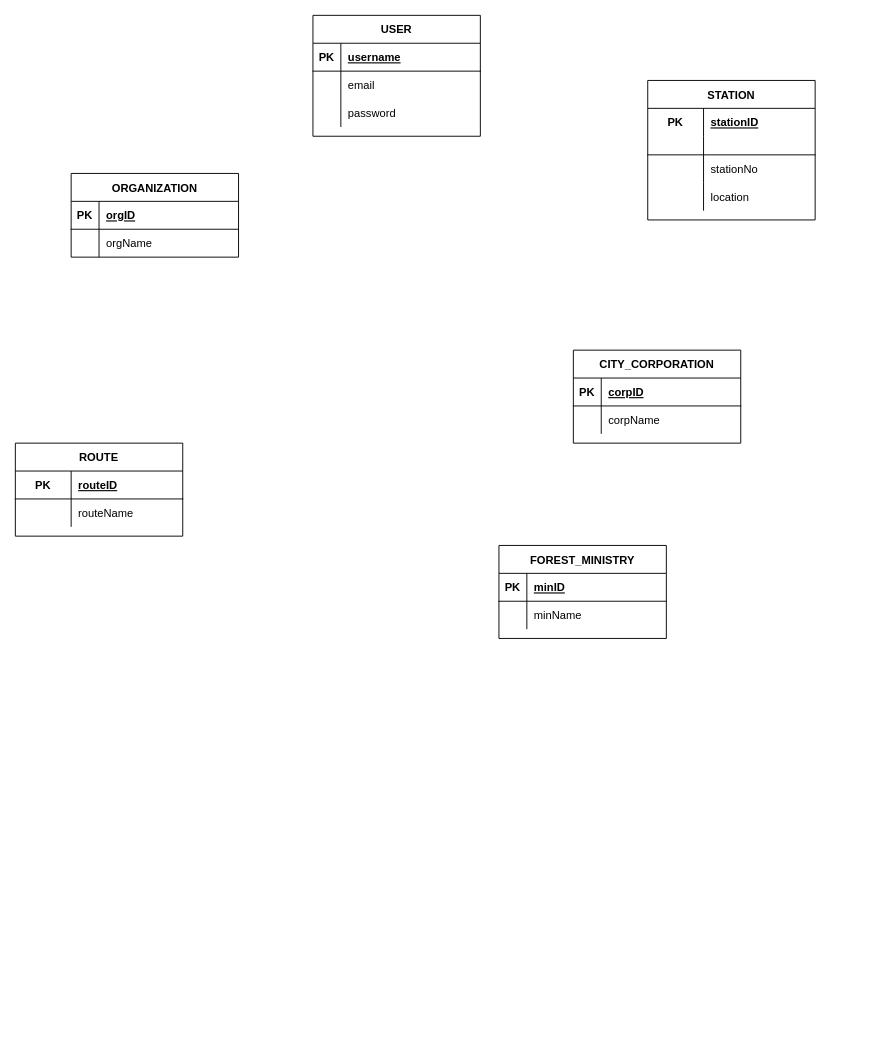
Before: page "Copy of Page-1" (2 of 2) of z-design/EERD.drawio in zorojuro75/CSE303-sec-03-Group-03, a draw.io diagram. Source tidied: cells renumbered, new cells numbered last; positions are measured from the earlier drawing's top-left corner, leaving out a move shared by most shapes. Both pictures are drawn from the tidied source at 93%, with x=0, y=0 at pixel (15, 15).
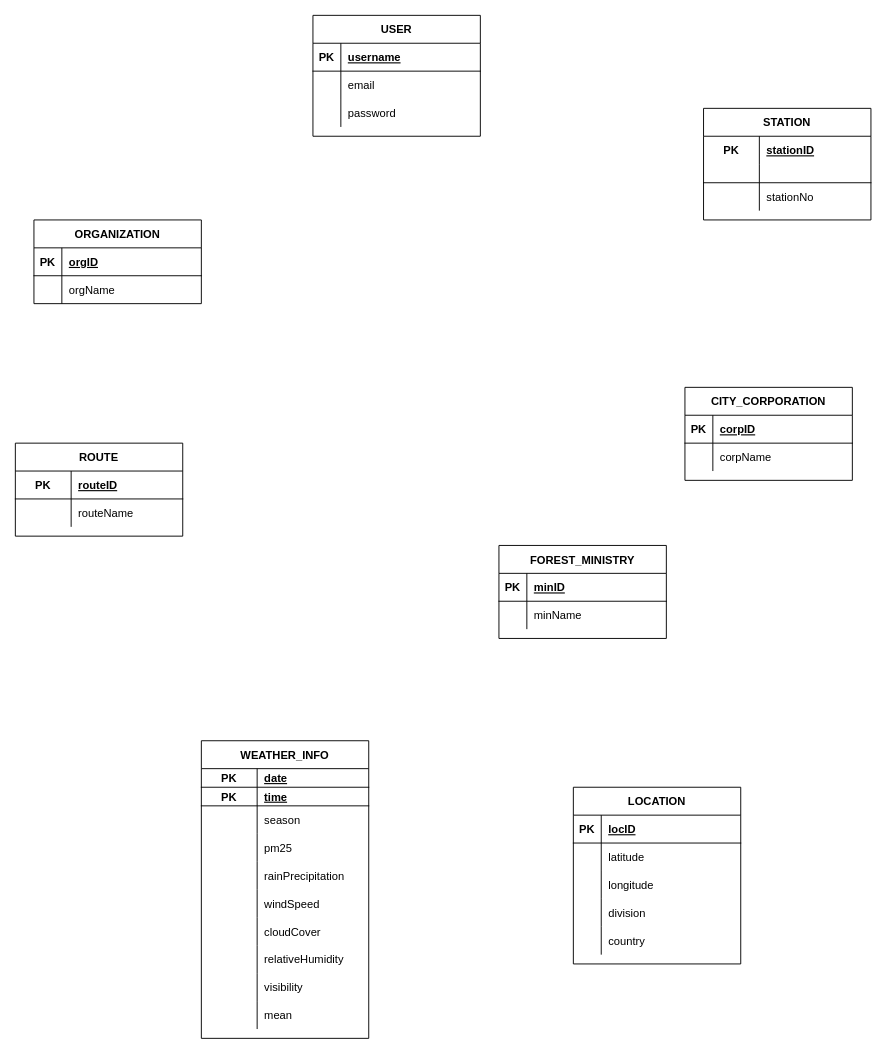
After the change.

What changed in the source:
```diff
@@
     <mxCell id="12" value="ORGANIZATION" style="shape=table;startSize=30;childLayout=tableLayout;rowLines=0;fontStyle=1;align=center;" parent="1" vertex="1">
-      <mxGeometry x="60" y="170" width="180" height="90" as="geometry" />
+      <mxGeometry x="20" y="220" width="180" height="90" as="geometry" />
     </mxCell>
@@
     <mxCell id="33" value="STATION" style="shape=table;startSize=30;childLayout=tableLayout;rowLines=0;fontStyle=1;align=center;" parent="1" vertex="1">
-      <mxGeometry x="680" y="70" width="180" height="150" as="geometry" />
+      <mxGeometry x="740" y="100" width="180" height="120" as="geometry" />
     </mxCell>
@@
-    <mxCell id="43" style="shape=tableRow;horizontal=0;startSize=0;swimlaneHead=0;swimlaneBody=0;fillColor=none;top=0;left=0;right=0;bottom=0;" parent="33" vertex="1">
-      <mxGeometry y="110" width="180" height="30" as="geometry" />
-    </mxCell>
-    <mxCell id="44" style="shape=partialRectangle;fillColor=none;top=0;left=0;bottom=0;right=0;overflow=hidden;" parent="43" vertex="1">
-      <mxGeometry width="60" height="30" as="geometry" />
-    </mxCell>
-    <mxCell id="45" value="location" style="shape=partialRectangle;fillColor=none;top=0;left=0;bottom=0;right=0;align=left;spacingLeft=6;overflow=hidden;" parent="43" vertex="1">
-      <mxGeometry x="60" width="120" height="30" as="geometry" />
-    </mxCell>
     <mxCell id="46" value="CITY_CORPORATION" style="shape=table;startSize=30;childLayout=tableLayout;rowLines=0;fontStyle=1;align=center;" parent="1" vertex="1">
-      <mxGeometry x="600" y="360" width="180" height="100" as="geometry" />
+      <mxGeometry x="720" y="400" width="180" height="100" as="geometry" />
     </mxCell>
@@
+    <mxCell id="53" value="WEATHER_INFO" style="shape=table;startSize=30;childLayout=tableLayout;rowLines=0;fontStyle=1;align=center;" parent="1" vertex="1">
+      <mxGeometry x="200" y="780" width="180" height="320" as="geometry" />
+    </mxCell>
+    <mxCell id="54" style="shape=tableRow;horizontal=0;startSize=0;swimlaneHead=0;swimlaneBody=0;fillColor=none;top=0;left=0;right=0;bottom=1;" parent="53" vertex="1">
+      <mxGeometry y="30" width="180" height="20" as="geometry" />
+    </mxCell>
+    <mxCell id="55" value="PK" style="shape=partialRectangle;fillColor=none;top=0;left=0;bottom=0;right=0;fontStyle=1;overflow=hidden;" parent="54" vertex="1">
+      <mxGeometry width="60" height="20" as="geometry" />
+    </mxCell>
+    <mxCell id="56" value="date" style="shape=partialRectangle;fillColor=none;top=0;left=0;bottom=0;right=0;align=left;spacingLeft=6;fontStyle=5;overflow=hidden;" parent="54" vertex="1">
+      <mxGeometry x="60" width="120" height="20" as="geometry" />
+    </mxCell>
+    <mxCell id="57" style="shape=tableRow;horizontal=0;startSize=0;swimlaneHead=0;swimlaneBody=0;fillColor=none;top=0;left=0;right=0;bottom=1;" parent="53" vertex="1">
+      <mxGeometry y="50" width="180" height="20" as="geometry" />
+    </mxCell>
+    <mxCell id="58" value="PK" style="shape=partialRectangle;fillColor=none;top=0;left=0;bottom=0;right=0;fontStyle=1;overflow=hidden;" parent="57" vertex="1">
+      <mxGeometry width="60" height="20" as="geometry" />
+    </mxCell>
+    <mxCell id="59" value="time" style="shape=partialRectangle;fillColor=none;top=0;left=0;bottom=0;right=0;align=left;spacingLeft=6;fontStyle=5;overflow=hidden;" parent="57" vertex="1">
+      <mxGeometry x="60" width="120" height="20" as="geometry" />
+    </mxCell>
+    <mxCell id="60" style="shape=tableRow;horizontal=0;startSize=0;swimlaneHead=0;swimlaneBody=0;fillColor=none;top=0;left=0;right=0;bottom=0;" parent="53" vertex="1">
+      <mxGeometry y="70" width="180" height="30" as="geometry" />
+    </mxCell>
+    <mxCell id="61" style="shape=partialRectangle;fillColor=none;top=0;left=0;bottom=0;right=0;overflow=hidden;" parent="60" vertex="1">
+      <mxGeometry width="60" height="30" as="geometry" />
+    </mxCell>
+    <mxCell id="62" value="season" style="shape=partialRectangle;fillColor=none;top=0;left=0;bottom=0;right=0;align=left;spacingLeft=6;overflow=hidden;" parent="60" vertex="1">
+      <mxGeometry x="60" width="120" height="30" as="geometry" />
+    </mxCell>
+    <mxCell id="63" style="shape=tableRow;horizontal=0;startSize=0;swimlaneHead=0;swimlaneBody=0;fillColor=none;top=0;left=0;right=0;bottom=0;" parent="53" vertex="1">
+      <mxGeometry y="100" width="180" height="30" as="geometry" />
+    </mxCell>
+    <mxCell id="64" style="shape=partialRectangle;fillColor=none;top=0;left=0;bottom=0;right=0;overflow=hidden;" parent="63" vertex="1">
+      <mxGeometry width="60" height="30" as="geometry" />
+    </mxCell>
+    <mxCell id="65" value="pm25" style="shape=partialRectangle;fillColor=none;top=0;left=0;bottom=0;right=0;align=left;spacingLeft=6;overflow=hidden;" parent="63" vertex="1">
+      <mxGeometry x="60" width="120" height="30" as="geometry" />
+    </mxCell>
+    <mxCell id="66" style="shape=tableRow;horizontal=0;startSize=0;swimlaneHead=0;swimlaneBody=0;fillColor=none;top=0;left=0;right=0;bottom=0;" parent="53" vertex="1">
+      <mxGeometry y="130" width="180" height="30" as="geometry" />
+    </mxCell>
+    <mxCell id="67" style="shape=partialRectangle;fillColor=none;top=0;left=0;bottom=0;right=0;overflow=hidden;" parent="66" vertex="1">
+      <mxGeometry width="60" height="30" as="geometry" />
+    </mxCell>
+    <mxCell id="68" value="rainPrecipitation" style="shape=partialRectangle;fillColor=none;top=0;left=0;bottom=0;right=0;align=left;spacingLeft=6;overflow=hidden;" parent="66" vertex="1">
+      <mxGeometry x="60" width="120" height="30" as="geometry" />
+    </mxCell>
+    <mxCell id="69" style="shape=tableRow;horizontal=0;startSize=0;swimlaneHead=0;swimlaneBody=0;fillColor=none;top=0;left=0;right=0;bottom=0;" parent="53" vertex="1">
+      <mxGeometry y="160" width="180" height="30" as="geometry" />
+    </mxCell>
+    <mxCell id="70" style="shape=partialRectangle;fillColor=none;top=0;left=0;bottom=0;right=0;overflow=hidden;" parent="69" vertex="1">
+      <mxGeometry width="60" height="30" as="geometry" />
+    </mxCell>
+    <mxCell id="71" value="windSpeed" style="shape=partialRectangle;fillColor=none;top=0;left=0;bottom=0;right=0;align=left;spacingLeft=6;overflow=hidden;" parent="69" vertex="1">
+      <mxGeometry x="60" width="120" height="30" as="geometry" />
+    </mxCell>
+    <mxCell id="72" style="shape=tableRow;horizontal=0;startSize=0;swimlaneHead=0;swimlaneBody=0;fillColor=none;top=0;left=0;right=0;bottom=0;" parent="53" vertex="1">
+      <mxGeometry y="190" width="180" height="30" as="geometry" />
+    </mxCell>
+    <mxCell id="73" style="shape=partialRectangle;fillColor=none;top=0;left=0;bottom=0;right=0;overflow=hidden;" parent="72" vertex="1">
+      <mxGeometry width="60" height="30" as="geometry" />
+    </mxCell>
+    <mxCell id="74" value="cloudCover" style="shape=partialRectangle;fillColor=none;top=0;left=0;bottom=0;right=0;align=left;spacingLeft=6;overflow=hidden;" parent="72" vertex="1">
+      <mxGeometry x="60" width="120" height="30" as="geometry" />
+    </mxCell>
+    <mxCell id="75" style="shape=tableRow;horizontal=0;startSize=0;swimlaneHead=0;swimlaneBody=0;fillColor=none;top=0;left=0;right=0;bottom=0;" parent="53" vertex="1">
+      <mxGeometry y="220" width="180" height="30" as="geometry" />
+    </mxCell>
+    <mxCell id="76" style="shape=partialRectangle;fillColor=none;top=0;left=0;bottom=0;right=0;overflow=hidden;" parent="75" vertex="1">
+      <mxGeometry width="60" height="30" as="geometry" />
+    </mxCell>
+    <mxCell id="77" value="relativeHumidity" style="shape=partialRectangle;fillColor=none;top=0;left=0;bottom=0;right=0;align=left;spacingLeft=6;overflow=hidden;" parent="75" vertex="1">
+      <mxGeometry x="60" width="120" height="30" as="geometry" />
+    </mxCell>
+    <mxCell id="78" style="shape=tableRow;horizontal=0;startSize=0;swimlaneHead=0;swimlaneBody=0;fillColor=none;top=0;left=0;right=0;bottom=0;" parent="53" vertex="1">
+      <mxGeometry y="250" width="180" height="30" as="geometry" />
+    </mxCell>
+    <mxCell id="79" style="shape=partialRectangle;fillColor=none;top=0;left=0;bottom=0;right=0;overflow=hidden;" parent="78" vertex="1">
+      <mxGeometry width="60" height="30" as="geometry" />
+    </mxCell>
+    <mxCell id="80" value="visibility" style="shape=partialRectangle;fillColor=none;top=0;left=0;bottom=0;right=0;align=left;spacingLeft=6;overflow=hidden;" parent="78" vertex="1">
+      <mxGeometry x="60" width="120" height="30" as="geometry" />
+    </mxCell>
+    <mxCell id="81" style="shape=tableRow;horizontal=0;startSize=0;swimlaneHead=0;swimlaneBody=0;fillColor=none;top=0;left=0;right=0;bottom=0;" parent="53" vertex="1">
+      <mxGeometry y="280" width="180" height="30" as="geometry" />
+    </mxCell>
+    <mxCell id="82" style="shape=partialRectangle;fillColor=none;top=0;left=0;bottom=0;right=0;overflow=hidden;" parent="81" vertex="1">
+      <mxGeometry width="60" height="30" as="geometry" />
+    </mxCell>
+    <mxCell id="83" value="mean" style="shape=partialRectangle;fillColor=none;top=0;left=0;bottom=0;right=0;align=left;spacingLeft=6;overflow=hidden;" parent="81" vertex="1">
+      <mxGeometry x="60" width="120" height="30" as="geometry" />
+    </mxCell>
+    <mxCell id="84" value="LOCATION" style="shape=table;startSize=30;childLayout=tableLayout;rowLines=0;fontStyle=1;align=center;" parent="1" vertex="1">
+      <mxGeometry x="600" y="830" width="180" height="190" as="geometry" />
+    </mxCell>
+    <mxCell id="85" style="shape=tableRow;horizontal=0;startSize=0;swimlaneHead=0;swimlaneBody=0;fillColor=none;top=0;left=0;right=0;bottom=1;" parent="84" vertex="1">
+      <mxGeometry y="30" width="180" height="30" as="geometry" />
+    </mxCell>
+    <mxCell id="86" value="PK" style="shape=partialRectangle;fillColor=none;top=0;left=0;bottom=0;right=0;fontStyle=1;overflow=hidden;" parent="85" vertex="1">
+      <mxGeometry width="30" height="30" as="geometry" />
+    </mxCell>
+    <mxCell id="87" value="locID" style="shape=partialRectangle;fillColor=none;top=0;left=0;bottom=0;right=0;align=left;spacingLeft=6;fontStyle=5;overflow=hidden;" parent="85" vertex="1">
+      <mxGeometry x="30" width="150" height="30" as="geometry" />
+    </mxCell>
+    <mxCell id="88" style="shape=tableRow;horizontal=0;startSize=0;swimlaneHead=0;swimlaneBody=0;fillColor=none;top=0;left=0;right=0;bottom=0;" parent="84" vertex="1">
+      <mxGeometry y="60" width="180" height="30" as="geometry" />
+    </mxCell>
+    <mxCell id="89" style="shape=partialRectangle;fillColor=none;top=0;left=0;bottom=0;right=0;overflow=hidden;" parent="88" vertex="1">
+      <mxGeometry width="30" height="30" as="geometry" />
+    </mxCell>
+    <mxCell id="90" value="latitude" style="shape=partialRectangle;fillColor=none;top=0;left=0;bottom=0;right=0;align=left;spacingLeft=6;overflow=hidden;" parent="88" vertex="1">
+      <mxGeometry x="30" width="150" height="30" as="geometry" />
+    </mxCell>
+    <mxCell id="91" style="shape=tableRow;horizontal=0;startSize=0;swimlaneHead=0;swimlaneBody=0;fillColor=none;top=0;left=0;right=0;bottom=0;" parent="84" vertex="1">
+      <mxGeometry y="90" width="180" height="30" as="geometry" />
+    </mxCell>
+    <mxCell id="92" style="shape=partialRectangle;fillColor=none;top=0;left=0;bottom=0;right=0;overflow=hidden;" parent="91" vertex="1">
+      <mxGeometry width="30" height="30" as="geometry" />
+    </mxCell>
+    <mxCell id="93" value="longitude" style="shape=partialRectangle;fillColor=none;top=0;left=0;bottom=0;right=0;align=left;spacingLeft=6;overflow=hidden;" parent="91" vertex="1">
+      <mxGeometry x="30" width="150" height="30" as="geometry" />
+    </mxCell>
+    <mxCell id="94" style="shape=tableRow;horizontal=0;startSize=0;swimlaneHead=0;swimlaneBody=0;fillColor=none;top=0;left=0;right=0;bottom=0;" parent="84" vertex="1">
+      <mxGeometry y="120" width="180" height="30" as="geometry" />
+    </mxCell>
+    <mxCell id="95" style="shape=partialRectangle;fillColor=none;top=0;left=0;bottom=0;right=0;overflow=hidden;" parent="94" vertex="1">
+      <mxGeometry width="30" height="30" as="geometry" />
+    </mxCell>
+    <mxCell id="96" value="division" style="shape=partialRectangle;fillColor=none;top=0;left=0;bottom=0;right=0;align=left;spacingLeft=6;overflow=hidden;" parent="94" vertex="1">
+      <mxGeometry x="30" width="150" height="30" as="geometry" />
+    </mxCell>
+    <mxCell id="97" style="shape=tableRow;horizontal=0;startSize=0;swimlaneHead=0;swimlaneBody=0;fillColor=none;top=0;left=0;right=0;bottom=0;" parent="84" vertex="1">
+      <mxGeometry y="150" width="180" height="30" as="geometry" />
+    </mxCell>
+    <mxCell id="98" style="shape=partialRectangle;fillColor=none;top=0;left=0;bottom=0;right=0;overflow=hidden;" parent="97" vertex="1">
+      <mxGeometry width="30" height="30" as="geometry" />
+    </mxCell>
+    <mxCell id="99" value="country" style="shape=partialRectangle;fillColor=none;top=0;left=0;bottom=0;right=0;align=left;spacingLeft=6;overflow=hidden;" parent="97" vertex="1">
+      <mxGeometry x="30" width="150" height="30" as="geometry" />
+    </mxCell>
```
